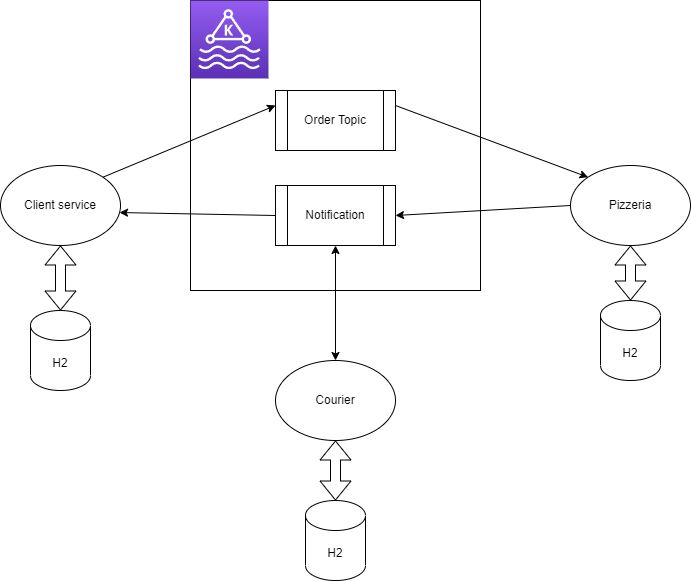
Earlier version of the draw.io export blob/architecture.png (gialoui/palmetto). Source tidied: cells renumbered, new cells last; positions are measured from the earlier drawing's top-left corner, leaving out a move shared by most shapes. The source it was exported from:
```xml
<mxGraphModel>
  <root>
    <mxCell id="0" />
    <mxCell id="1" parent="0" />
    <mxCell id="2" value="Client service" style="ellipse;whiteSpace=wrap;html=1;" parent="1" vertex="1">
      <mxGeometry y="165" width="120" height="80" as="geometry" />
    </mxCell>
    <mxCell id="3" value="Courier" style="ellipse;whiteSpace=wrap;html=1;" parent="1" vertex="1">
      <mxGeometry x="275" y="360" width="120" height="80" as="geometry" />
    </mxCell>
    <mxCell id="4" value="Pizzeria" style="ellipse;whiteSpace=wrap;html=1;" parent="1" vertex="1">
      <mxGeometry x="570" y="165" width="120" height="80" as="geometry" />
    </mxCell>
    <mxCell id="5" style="whiteSpace=wrap;html=1;" parent="1" vertex="1">
      <mxGeometry x="190" width="290" height="290" as="geometry" />
    </mxCell>
    <mxCell id="6" value="Order Topic" style="shape=process;whiteSpace=wrap;html=1;backgroundOutline=1;" parent="1" vertex="1">
      <mxGeometry x="275" y="90" width="120" height="60" as="geometry" />
    </mxCell>
    <mxCell id="7" style="sketch=0;fontColor=#232F3E;gradientColor=#945DF2;gradientDirection=north;fillColor=#5A30B5;strokeColor=#ffffff;dashed=0;verticalLabelPosition=bottom;verticalAlign=top;align=center;html=1;fontSize=12;fontStyle=0;shape=mxgraph.aws4.resourceIcon;resIcon=mxgraph.aws4.managed_streaming_for_kafka;" parent="1" vertex="1">
      <mxGeometry x="190" width="78" height="78" as="geometry" />
    </mxCell>
    <mxCell id="8" value="Notification" style="shape=process;whiteSpace=wrap;html=1;backgroundOutline=1;" parent="1" vertex="1">
      <mxGeometry x="275" y="185" width="120" height="60" as="geometry" />
    </mxCell>
    <mxCell id="9" style="endArrow=classic;startArrow=classic;html=1;rounded=0;entryX=0.5;entryY=1;entryDx=0;entryDy=0;exitX=0.5;exitY=0;exitDx=0;exitDy=0;" parent="1" edge="1" source="3" target="8">
      <mxGeometry relative="1" as="geometry" />
    </mxCell>
    <mxCell id="10" style="endArrow=classic;html=1;rounded=0;curved=1;exitX=1;exitY=0;exitDx=0;exitDy=0;entryX=0;entryY=0.25;entryDx=0;entryDy=0;" parent="1" edge="1" source="2" target="6">
      <mxGeometry relative="1" as="geometry" />
    </mxCell>
    <mxCell id="11" style="endArrow=classic;html=1;rounded=0;curved=1;exitX=1;exitY=0.25;exitDx=0;exitDy=0;entryX=0;entryY=0;entryDx=0;entryDy=0;" parent="1" edge="1" source="6" target="4">
      <mxGeometry relative="1" as="geometry" />
    </mxCell>
    <mxCell id="12" style="endArrow=classic;html=1;rounded=0;curved=1;exitX=0;exitY=0.5;exitDx=0;exitDy=0;entryX=1;entryY=0.5;entryDx=0;entryDy=0;" parent="1" edge="1" source="4" target="8">
      <mxGeometry relative="1" as="geometry" />
    </mxCell>
    <mxCell id="13" style="endArrow=classic;html=1;rounded=0;curved=1;exitX=0;exitY=0.5;exitDx=0;exitDy=0;entryX=0.992;entryY=0.588;entryDx=0;entryDy=0;entryPerimeter=0;" parent="1" edge="1" source="8" target="2">
      <mxGeometry relative="1" as="geometry" />
    </mxCell>
    <mxCell id="14" value="H2" style="shape=cylinder3;whiteSpace=wrap;html=1;boundedLbl=1;backgroundOutline=1;size=15;" parent="1" vertex="1">
      <mxGeometry x="30" y="310" width="60" height="80" as="geometry" />
    </mxCell>
    <mxCell id="15" style="shape=flexArrow;endArrow=classic;startArrow=classic;html=1;rounded=0;curved=1;entryX=0.5;entryY=1;entryDx=0;entryDy=0;exitX=0.5;exitY=0;exitDx=0;exitDy=0;exitPerimeter=0;" parent="1" edge="1" source="14" target="2">
      <mxGeometry relative="1" as="geometry" />
    </mxCell>
    <mxCell id="16" value="H2" style="shape=cylinder3;whiteSpace=wrap;html=1;boundedLbl=1;backgroundOutline=1;size=15;" parent="1" vertex="1">
      <mxGeometry x="305" y="500" width="60" height="80" as="geometry" />
    </mxCell>
    <mxCell id="17" style="shape=flexArrow;endArrow=classic;startArrow=classic;html=1;rounded=0;curved=1;entryX=0.5;entryY=1;entryDx=0;entryDy=0;exitX=0.5;exitY=0;exitDx=0;exitDy=0;exitPerimeter=0;" parent="1" edge="1" source="16" target="3">
      <mxGeometry relative="1" as="geometry" />
    </mxCell>
    <mxCell id="18" value="H2" style="shape=cylinder3;whiteSpace=wrap;html=1;boundedLbl=1;backgroundOutline=1;size=15;" parent="1" vertex="1">
      <mxGeometry x="600" y="300" width="60" height="80" as="geometry" />
    </mxCell>
    <mxCell id="19" style="shape=flexArrow;endArrow=classic;startArrow=classic;html=1;rounded=0;curved=1;entryX=0.5;entryY=1;entryDx=0;entryDy=0;exitX=0.5;exitY=0;exitDx=0;exitDy=0;exitPerimeter=0;" parent="1" edge="1" source="18" target="4">
      <mxGeometry relative="1" as="geometry" />
    </mxCell>
  </root>
</mxGraphModel>
```
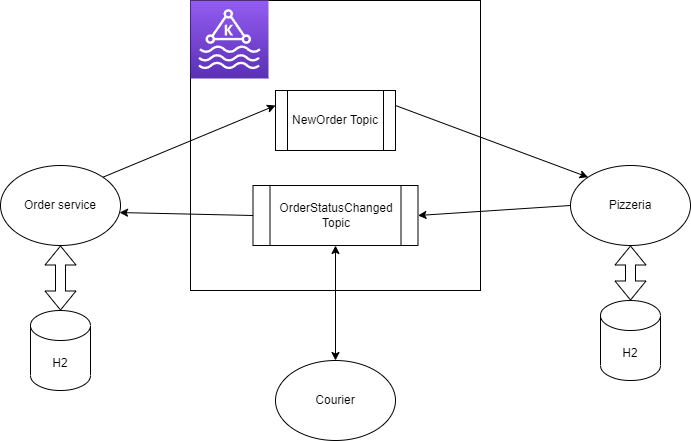
Later version of the same file.

Commit message:
docs: Create user requirements

Change to the diagram source:
```diff
@@ -2,7 +2,7 @@
   <root>
     <mxCell id="0" />
     <mxCell id="1" parent="0" />
-    <mxCell id="2" value="Client service" style="ellipse;whiteSpace=wrap;html=1;" parent="1" vertex="1">
+    <mxCell id="2" value="Order service" style="ellipse;whiteSpace=wrap;html=1;" parent="1" vertex="1">
       <mxGeometry y="165" width="120" height="80" as="geometry" />
     </mxCell>
     <mxCell id="3" value="Courier" style="ellipse;whiteSpace=wrap;html=1;" parent="1" vertex="1">
@@ -14,14 +14,14 @@
     <mxCell id="5" style="whiteSpace=wrap;html=1;" parent="1" vertex="1">
       <mxGeometry x="190" width="290" height="290" as="geometry" />
     </mxCell>
-    <mxCell id="6" value="Order Topic" style="shape=process;whiteSpace=wrap;html=1;backgroundOutline=1;" parent="1" vertex="1">
+    <mxCell id="6" value="NewOrder Topic" style="shape=process;whiteSpace=wrap;html=1;backgroundOutline=1;" parent="1" vertex="1">
       <mxGeometry x="275" y="90" width="120" height="60" as="geometry" />
     </mxCell>
     <mxCell id="7" style="sketch=0;fontColor=#232F3E;gradientColor=#945DF2;gradientDirection=north;fillColor=#5A30B5;strokeColor=#ffffff;dashed=0;verticalLabelPosition=bottom;verticalAlign=top;align=center;html=1;fontSize=12;fontStyle=0;shape=mxgraph.aws4.resourceIcon;resIcon=mxgraph.aws4.managed_streaming_for_kafka;" parent="1" vertex="1">
       <mxGeometry x="190" width="78" height="78" as="geometry" />
     </mxCell>
-    <mxCell id="8" value="Notification" style="shape=process;whiteSpace=wrap;html=1;backgroundOutline=1;" parent="1" vertex="1">
-      <mxGeometry x="275" y="185" width="120" height="60" as="geometry" />
+    <mxCell id="8" value="OrderStatusChanged Topic" style="shape=process;whiteSpace=wrap;html=1;backgroundOutline=1;" parent="1" vertex="1">
+      <mxGeometry x="252.5" y="185" width="165" height="60" as="geometry" />
     </mxCell>
     <mxCell id="9" style="endArrow=classic;startArrow=classic;html=1;rounded=0;entryX=0.5;entryY=1;entryDx=0;entryDy=0;exitX=0.5;exitY=0;exitDx=0;exitDy=0;" parent="1" edge="1" source="3" target="8">
       <mxGeometry relative="1" as="geometry" />
@@ -44,12 +44,6 @@
     <mxCell id="15" style="shape=flexArrow;endArrow=classic;startArrow=classic;html=1;rounded=0;curved=1;entryX=0.5;entryY=1;entryDx=0;entryDy=0;exitX=0.5;exitY=0;exitDx=0;exitDy=0;exitPerimeter=0;" parent="1" edge="1" source="14" target="2">
       <mxGeometry relative="1" as="geometry" />
     </mxCell>
-    <mxCell id="16" value="H2" style="shape=cylinder3;whiteSpace=wrap;html=1;boundedLbl=1;backgroundOutline=1;size=15;" parent="1" vertex="1">
-      <mxGeometry x="305" y="500" width="60" height="80" as="geometry" />
-    </mxCell>
-    <mxCell id="17" style="shape=flexArrow;endArrow=classic;startArrow=classic;html=1;rounded=0;curved=1;entryX=0.5;entryY=1;entryDx=0;entryDy=0;exitX=0.5;exitY=0;exitDx=0;exitDy=0;exitPerimeter=0;" parent="1" edge="1" source="16" target="3">
-      <mxGeometry relative="1" as="geometry" />
-    </mxCell>
     <mxCell id="18" value="H2" style="shape=cylinder3;whiteSpace=wrap;html=1;boundedLbl=1;backgroundOutline=1;size=15;" parent="1" vertex="1">
       <mxGeometry x="600" y="300" width="60" height="80" as="geometry" />
     </mxCell>
```
